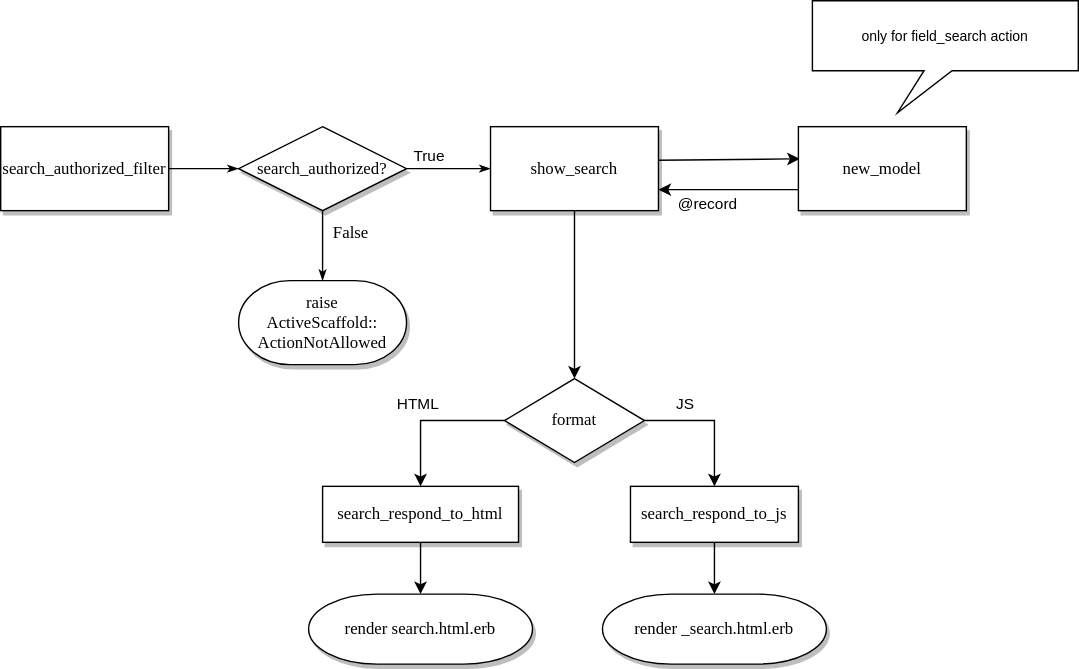
The draw.io diagram diagrams/show_search_field_search.drawio.svg in activescaffold/active_scaffold, before a commit. Source tidied: cells renumbered, new cells last; positions are measured from the earlier drawing's top-left corner, leaving out a move shared by most shapes. Source of this version:
```xml
<mxGraphModel>
  <root>
    <mxCell id="0" />
    <mxCell id="1" parent="0" />
    <mxCell id="2" style="edgeStyle=orthogonalEdgeStyle;rounded=0;html=1;labelBackgroundColor=none;startSize=5;endArrow=classicThin;endFill=1;endSize=5;jettySize=auto;strokeWidth=1;fontFamily=Verdana;fontSize=12;exitX=1;exitY=0.5;exitDx=0;exitDy=0;" parent="1" edge="1" source="16" target="7">
      <mxGeometry relative="1" as="geometry" />
    </mxCell>
    <mxCell id="3" style="edgeStyle=orthogonalEdgeStyle;rounded=0;html=1;labelBackgroundColor=none;startSize=5;endArrow=classicThin;endFill=1;endSize=5;jettySize=auto;strokeWidth=1;fontFamily=Verdana;fontSize=12;exitX=1;exitY=0.5;exitDx=0;exitDy=0;entryX=0;entryY=0.5;entryDx=0;entryDy=0;" parent="1" edge="1" source="7" target="5">
      <mxGeometry relative="1" as="geometry" />
    </mxCell>
    <mxCell id="4" value="True" style="edgeLabel;html=1;align=center;verticalAlign=middle;" parent="3" vertex="1">
      <mxGeometry x="-0.49" y="-2" relative="1" as="geometry">
        <mxPoint y="-12" as="offset" />
      </mxGeometry>
    </mxCell>
    <mxCell id="5" value="show_search" style="rounded=0;whiteSpace=wrap;html=1;shadow=1;labelBackgroundColor=none;strokeWidth=1;fontFamily=Verdana;fontSize=12;align=center;" parent="1" vertex="1">
      <mxGeometry x="350" y="90" width="120" height="60" as="geometry" />
    </mxCell>
    <mxCell id="6" value="False" style="edgeStyle=orthogonalEdgeStyle;rounded=0;html=1;labelBackgroundColor=none;startSize=5;endArrow=classicThin;endFill=1;endSize=5;jettySize=auto;strokeWidth=1;fontFamily=Verdana;fontSize=12;entryX=0.5;entryY=0;entryDx=0;entryDy=0;entryPerimeter=0;" parent="1" edge="1" source="7" target="17">
      <mxGeometry x="-0.38" y="20" relative="1" as="geometry" />
    </mxCell>
    <mxCell id="7" value="search_authorized?" style="rhombus;whiteSpace=wrap;html=1;rounded=0;shadow=1;labelBackgroundColor=none;strokeWidth=1;fontFamily=Verdana;fontSize=12;align=center;" parent="1" vertex="1">
      <mxGeometry x="170" y="90" width="120" height="60" as="geometry" />
    </mxCell>
    <mxCell id="8" style="edgeStyle=orthogonalEdgeStyle;rounded=0;jettySize=auto;html=1;exitX=0;exitY=0.5;exitDx=0;exitDy=0;" parent="1" edge="1" source="12" target="15">
      <mxGeometry relative="1" as="geometry" />
    </mxCell>
    <mxCell id="9" value="HTML" style="edgeLabel;html=1;align=center;verticalAlign=middle;" parent="8" vertex="1">
      <mxGeometry x="-0.28" y="-1" relative="1" as="geometry">
        <mxPoint x="-24" y="-12" as="offset" />
      </mxGeometry>
    </mxCell>
    <mxCell id="10" style="edgeStyle=orthogonalEdgeStyle;rounded=0;jettySize=auto;html=1;exitX=1;exitY=0.5;exitDx=0;exitDy=0;" parent="1" edge="1" source="12" target="13">
      <mxGeometry relative="1" as="geometry" />
    </mxCell>
    <mxCell id="11" value="JS" style="edgeLabel;html=1;align=center;verticalAlign=middle;" parent="10" vertex="1">
      <mxGeometry x="-0.22" relative="1" as="geometry">
        <mxPoint x="-10" y="-13" as="offset" />
      </mxGeometry>
    </mxCell>
    <mxCell id="12" value="format" style="rhombus;whiteSpace=wrap;html=1;rounded=0;shadow=1;labelBackgroundColor=none;strokeWidth=1;fontFamily=Verdana;fontSize=12;align=center;" parent="1" vertex="1">
      <mxGeometry x="360" y="270" width="100" height="60" as="geometry" />
    </mxCell>
    <mxCell id="13" value="search_respond_to_js" style="whiteSpace=wrap;html=1;rounded=0;shadow=1;labelBackgroundColor=none;strokeWidth=1;fontFamily=Verdana;fontSize=12;align=center;" parent="1" vertex="1">
      <mxGeometry x="450" y="347" width="120" height="40" as="geometry" />
    </mxCell>
    <mxCell id="14" style="edgeStyle=orthogonalEdgeStyle;rounded=0;jettySize=auto;html=1;entryX=0.5;entryY=0;entryDx=0;entryDy=0;entryPerimeter=0;exitX=0.5;exitY=1;exitDx=0;exitDy=0;" parent="1" edge="1" source="15" target="26">
      <mxGeometry relative="1" as="geometry" />
    </mxCell>
    <mxCell id="15" value="search_respond_to_html" style="whiteSpace=wrap;html=1;rounded=0;shadow=1;labelBackgroundColor=none;strokeWidth=1;fontFamily=Verdana;fontSize=12;align=center;" parent="1" vertex="1">
      <mxGeometry x="230" y="347" width="140" height="40" as="geometry" />
    </mxCell>
    <mxCell id="16" value="&lt;font style=&quot;font-size: 12px;&quot;&gt;search_authorized_filter&lt;/font&gt;" style="rounded=0;whiteSpace=wrap;html=1;shadow=1;labelBackgroundColor=none;strokeWidth=1;fontFamily=Verdana;fontSize=12;align=center;" parent="1" vertex="1">
      <mxGeometry y="90" width="120" height="60" as="geometry" />
    </mxCell>
    <mxCell id="17" value="raise&lt;br&gt;ActiveScaffold::&lt;br&gt;ActionNotAllowed" style="strokeWidth=1;html=1;shape=mxgraph.flowchart.terminator;whiteSpace=wrap;rounded=0;shadow=1;strokeColor=default;align=center;verticalAlign=middle;fontFamily=Verdana;fontSize=12;fontColor=default;labelBackgroundColor=none;fillColor=default;" parent="1" vertex="1">
      <mxGeometry x="170" y="200" width="120" height="60" as="geometry" />
    </mxCell>
    <mxCell id="18" style="rounded=0;jettySize=auto;html=1;entryX=0.008;entryY=0.383;entryDx=0;entryDy=0;entryPerimeter=0;exitX=1;exitY=0.4;exitDx=0;exitDy=0;exitPerimeter=0;" parent="1" edge="1" source="5" target="22">
      <mxGeometry relative="1" as="geometry" />
    </mxCell>
    <mxCell id="19" value="only for field_search action" style="shape=callout;whiteSpace=wrap;html=1;perimeter=calloutPerimeter;size=30;position=0.42;position2=0.32;fontSize=10;" parent="1" vertex="1">
      <mxGeometry x="580" width="190" height="80" as="geometry" />
    </mxCell>
    <mxCell id="20" style="rounded=0;jettySize=auto;html=1;exitX=0;exitY=0.75;exitDx=0;exitDy=0;entryX=1;entryY=0.75;entryDx=0;entryDy=0;" parent="1" edge="1" source="22" target="5">
      <mxGeometry relative="1" as="geometry" />
    </mxCell>
    <mxCell id="21" value="@record" style="edgeLabel;html=1;align=center;verticalAlign=middle;" parent="20" vertex="1">
      <mxGeometry x="0.31" y="9" relative="1" as="geometry" />
    </mxCell>
    <mxCell id="22" value="new_model" style="rounded=0;whiteSpace=wrap;html=1;shadow=1;labelBackgroundColor=none;strokeWidth=1;fontFamily=Verdana;fontSize=12;align=center;" parent="1" vertex="1">
      <mxGeometry x="570" y="90" width="120" height="60" as="geometry" />
    </mxCell>
    <mxCell id="23" style="edgeStyle=orthogonalEdgeStyle;rounded=0;jettySize=auto;html=1;exitX=0.5;exitY=1;exitDx=0;exitDy=0;" parent="1" edge="1" source="5" target="12">
      <mxGeometry relative="1" as="geometry" />
    </mxCell>
    <mxCell id="24" style="edgeStyle=orthogonalEdgeStyle;rounded=0;jettySize=auto;html=1;entryX=0.5;entryY=0;entryDx=0;entryDy=0;entryPerimeter=0;exitX=0.5;exitY=1;exitDx=0;exitDy=0;" parent="1" edge="1" source="13" target="25">
      <mxGeometry relative="1" as="geometry" />
    </mxCell>
    <mxCell id="25" value="render _search.html.erb" style="strokeWidth=1;html=1;shape=mxgraph.flowchart.terminator;whiteSpace=wrap;rounded=0;shadow=1;labelBackgroundColor=none;fontFamily=Verdana;fontSize=12;align=center;" parent="1" vertex="1">
      <mxGeometry x="430" y="424" width="160" height="50" as="geometry" />
    </mxCell>
    <mxCell id="26" value="render search.html.erb" style="strokeWidth=1;html=1;shape=mxgraph.flowchart.terminator;whiteSpace=wrap;rounded=0;shadow=1;labelBackgroundColor=none;fontFamily=Verdana;fontSize=12;align=center;" parent="1" vertex="1">
      <mxGeometry x="220" y="424" width="160" height="50" as="geometry" />
    </mxCell>
  </root>
</mxGraphModel>
```
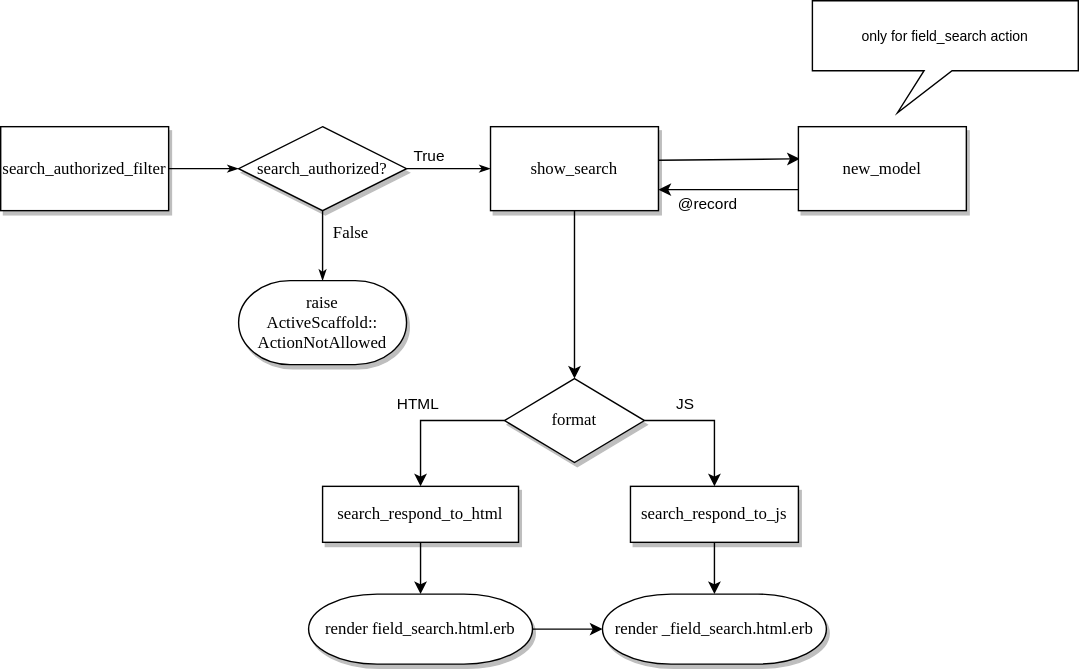
The same diagram one commit later.

Commit message:
update rendered views

The edit, as a diff of the source:
```diff
@@ -77,10 +77,13 @@
     <mxCell id="24" style="edgeStyle=orthogonalEdgeStyle;rounded=0;jettySize=auto;html=1;entryX=0.5;entryY=0;entryDx=0;entryDy=0;entryPerimeter=0;exitX=0.5;exitY=1;exitDx=0;exitDy=0;" parent="1" edge="1" source="13" target="25">
       <mxGeometry relative="1" as="geometry" />
     </mxCell>
-    <mxCell id="25" value="render _search.html.erb" style="strokeWidth=1;html=1;shape=mxgraph.flowchart.terminator;whiteSpace=wrap;rounded=0;shadow=1;labelBackgroundColor=none;fontFamily=Verdana;fontSize=12;align=center;" parent="1" vertex="1">
+    <mxCell id="25" value="render _field_search.html.erb" style="strokeWidth=1;html=1;shape=mxgraph.flowchart.terminator;whiteSpace=wrap;rounded=0;shadow=1;labelBackgroundColor=none;fontFamily=Verdana;fontSize=12;align=center;" parent="1" vertex="1">
       <mxGeometry x="430" y="424" width="160" height="50" as="geometry" />
     </mxCell>
+    <mxCell id="27" style="edgeStyle=none;html=1;" parent="1" edge="1" source="26" target="25">
+      <mxGeometry relative="1" as="geometry" />
+    </mxCell>
-    <mxCell id="26" value="render search.html.erb" style="strokeWidth=1;html=1;shape=mxgraph.flowchart.terminator;whiteSpace=wrap;rounded=0;shadow=1;labelBackgroundColor=none;fontFamily=Verdana;fontSize=12;align=center;" parent="1" vertex="1">
+    <mxCell id="26" value="render field_search.html.erb" style="strokeWidth=1;html=1;shape=mxgraph.flowchart.terminator;whiteSpace=wrap;rounded=0;shadow=1;labelBackgroundColor=none;fontFamily=Verdana;fontSize=12;align=center;" parent="1" vertex="1">
       <mxGeometry x="220" y="424" width="160" height="50" as="geometry" />
     </mxCell>
   </root>
```
